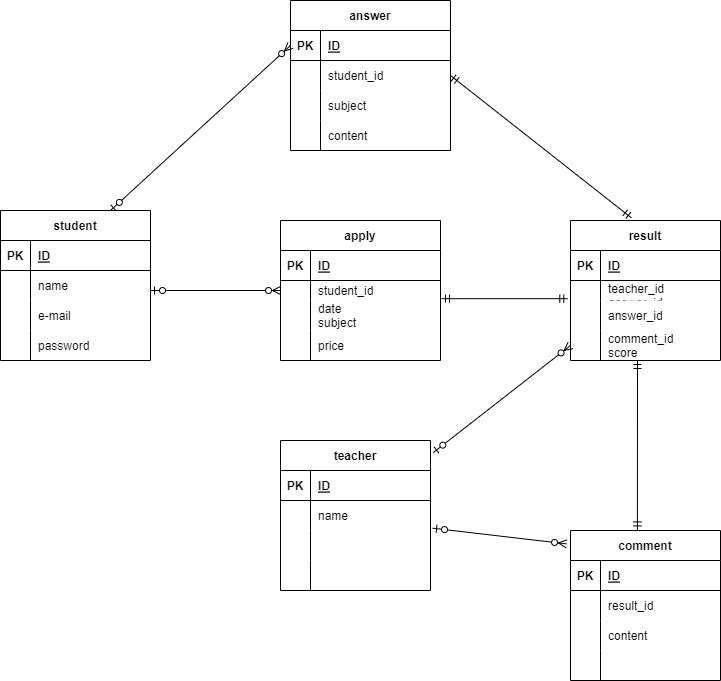
This is index.drawio.png from kei1476/ER, a draw.io export, as it was before one commit. Source tidied: cells renumbered, new cells last; positions are measured from the earlier drawing's top-left corner, leaving out a move shared by most shapes.
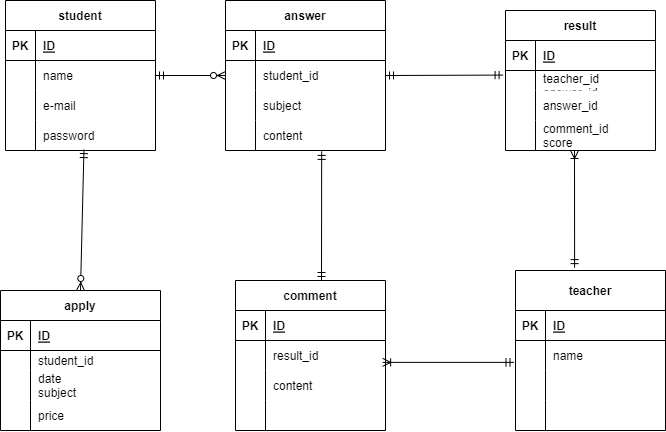
Later version of the same file.

Commit message:
演習問題　修正

Change to the diagram source:
```diff
@@ -3,7 +3,7 @@
     <mxCell id="0" />
     <mxCell id="1" parent="0" />
     <mxCell id="2" value="student" style="shape=table;startSize=30;rowLines=0;fontStyle=1;align=center;" parent="1" vertex="1">
-      <mxGeometry y="210" width="150" height="150" as="geometry" />
+      <mxGeometry y="170" width="150" height="150" as="geometry" />
     </mxCell>
     <mxCell id="3" style="shape=partialRectangle;fillColor=none;top=0;left=0;bottom=1;right=0;" parent="2" vertex="1">
       <mxGeometry y="30" width="150" height="30" as="geometry" />
@@ -42,7 +42,7 @@
       <mxGeometry x="30" width="120" height="30" as="geometry" />
     </mxCell>
     <mxCell id="15" value="apply" style="shape=table;startSize=30;rowLines=0;fontStyle=1;align=center;" parent="1" vertex="1">
-      <mxGeometry x="280" y="220" width="160" height="140" as="geometry" />
+      <mxGeometry x="-5" y="460" width="160" height="140" as="geometry" />
     </mxCell>
     <mxCell id="16" style="shape=partialRectangle;fillColor=none;top=0;left=0;bottom=1;right=0;" parent="15" vertex="1">
       <mxGeometry y="30" width="160" height="30" as="geometry" />
@@ -81,7 +81,7 @@
       <mxGeometry x="30" width="130" height="30" as="geometry" />
     </mxCell>
     <mxCell id="28" value="result" style="shape=table;startSize=30;rowLines=0;fontStyle=1;align=center;" parent="1" vertex="1">
-      <mxGeometry x="570" y="220" width="150" height="140" as="geometry" />
+      <mxGeometry x="500" y="180" width="150" height="140" as="geometry" />
     </mxCell>
     <mxCell id="29" style="shape=partialRectangle;fillColor=none;top=0;left=0;bottom=1;right=0;points=[[0,0.5],[1,0.5]];portConstraint=eastwest;" parent="28" vertex="1">
       <mxGeometry y="30" width="150" height="30" as="geometry" />
@@ -120,7 +120,7 @@
       <mxGeometry x="30" width="120" height="30" as="geometry" />
     </mxCell>
     <mxCell id="41" value="answer" style="shape=table;startSize=30;rowLines=0;fontStyle=1;align=center;" parent="1" vertex="1">
-      <mxGeometry x="290" width="160" height="150" as="geometry" />
+      <mxGeometry x="220" y="170" width="160" height="150" as="geometry" />
     </mxCell>
     <mxCell id="42" style="shape=partialRectangle;fillColor=none;top=0;left=0;bottom=1;right=0;points=[[0,0.5],[1,0.5]];portConstraint=eastwest;" parent="41" vertex="1">
       <mxGeometry y="30" width="160" height="30" as="geometry" />
@@ -159,7 +159,7 @@
       <mxGeometry x="30" width="130" height="30" as="geometry" />
     </mxCell>
     <mxCell id="54" value="comment" style="shape=table;startSize=30;rowLines=0;fontStyle=1;align=center;" parent="1" vertex="1">
-      <mxGeometry x="570" y="530" width="150" height="150" as="geometry" />
+      <mxGeometry x="230" y="450" width="150" height="150" as="geometry" />
     </mxCell>
     <mxCell id="55" style="shape=partialRectangle;fillColor=none;top=0;left=0;bottom=1;right=0;" parent="54" vertex="1">
       <mxGeometry y="30" width="150" height="30" as="geometry" />
@@ -197,11 +197,11 @@
     <mxCell id="66" style="shape=partialRectangle;fillColor=none;top=0;left=0;bottom=0;right=0;align=left;spacingLeft=6;overflow=hidden;" parent="64" vertex="1">
       <mxGeometry x="30" width="120" height="30" as="geometry" />
     </mxCell>
-    <mxCell id="67" value="teacher" style="shape=table;startSize=30;rowLines=0;fontStyle=1;align=center;" parent="1" vertex="1">
-      <mxGeometry x="280" y="440" width="150" height="150" as="geometry" />
+    <mxCell id="67" value="teacher" style="shape=table;startSize=40;rowLines=0;fontStyle=1;align=center;" parent="1" vertex="1">
+      <mxGeometry x="510" y="440" width="150" height="160" as="geometry" />
     </mxCell>
     <mxCell id="68" style="shape=partialRectangle;fillColor=none;top=0;left=0;bottom=1;right=0;" parent="67" vertex="1">
-      <mxGeometry y="30" width="150" height="30" as="geometry" />
+      <mxGeometry y="40" width="150" height="30" as="geometry" />
     </mxCell>
     <mxCell id="69" value="PK" style="shape=partialRectangle;fillColor=none;top=0;left=0;bottom=0;right=0;fontStyle=1;overflow=hidden;" parent="68" vertex="1">
       <mxGeometry width="30" height="30" as="geometry" />
@@ -210,7 +210,7 @@
       <mxGeometry x="30" width="120" height="30" as="geometry" />
     </mxCell>
     <mxCell id="71" style="shape=partialRectangle;fillColor=none;top=0;left=0;bottom=0;right=0;points=[[0,0.5],[1,0.5]];portConstraint=eastwest;" parent="67" vertex="1">
-      <mxGeometry y="60" width="150" height="30" as="geometry" />
+      <mxGeometry y="70" width="150" height="30" as="geometry" />
     </mxCell>
     <mxCell id="72" style="shape=partialRectangle;fillColor=none;top=0;left=0;bottom=0;right=0;overflow=hidden;" parent="71" vertex="1">
       <mxGeometry width="30" height="30" as="geometry" />
@@ -219,7 +219,7 @@
       <mxGeometry x="30" width="120" height="30" as="geometry" />
     </mxCell>
     <mxCell id="74" style="shape=partialRectangle;fillColor=none;top=0;left=0;bottom=0;right=0;" parent="67" vertex="1">
-      <mxGeometry y="90" width="150" height="30" as="geometry" />
+      <mxGeometry y="100" width="150" height="30" as="geometry" />
     </mxCell>
     <mxCell id="75" style="shape=partialRectangle;fillColor=none;top=0;left=0;bottom=0;right=0;overflow=hidden;" parent="74" vertex="1">
       <mxGeometry width="30" height="30" as="geometry" />
@@ -228,7 +228,7 @@
       <mxGeometry x="30" width="120" height="30" as="geometry" />
     </mxCell>
     <mxCell id="77" style="shape=partialRectangle;fillColor=none;top=0;left=0;bottom=0;right=0;" parent="67" vertex="1">
-      <mxGeometry y="120" width="150" height="30" as="geometry" />
+      <mxGeometry y="130" width="150" height="30" as="geometry" />
     </mxCell>
     <mxCell id="78" style="shape=partialRectangle;fillColor=none;top=0;left=0;bottom=0;right=0;overflow=hidden;" parent="77" vertex="1">
       <mxGeometry width="30" height="30" as="geometry" />
@@ -236,30 +236,27 @@
     <mxCell id="79" style="shape=partialRectangle;fillColor=none;top=0;left=0;bottom=0;right=0;align=left;spacingLeft=6;overflow=hidden;" parent="77" vertex="1">
       <mxGeometry x="30" width="120" height="30" as="geometry" />
     </mxCell>
-    <mxCell id="80" style="fontSize=12;html=1;endArrow=ERmandOne;startArrow=ERmandOne;strokeWidth=1;entryX=-0.018;entryY=-0.061;entryDx=0;entryDy=0;entryPerimeter=0;exitX=1.006;exitY=0.909;exitDx=0;exitDy=0;exitPerimeter=0;" parent="1" edge="1" source="19" target="35">
-      <mxGeometry relative="1" as="geometry" />
-    </mxCell>
-    <mxCell id="81" style="fontSize=12;html=1;endArrow=ERmandOne;startArrow=ERmandOne;strokeWidth=1;exitX=0.446;exitY=-0.004;exitDx=0;exitDy=0;exitPerimeter=0;" parent="1" edge="1" source="54">
-      <mxGeometry relative="1" as="geometry">
-        <mxPoint x="637" y="360" as="targetPoint" />
-      </mxGeometry>
-    </mxCell>
-    <mxCell id="82" style="fontSize=12;html=1;endArrow=ERmandOne;startArrow=ERmandOne;strokeWidth=1;exitX=1;exitY=0.5;exitDx=0;exitDy=0;entryX=0.406;entryY=-0.019;entryDx=0;entryDy=0;entryPerimeter=0;" parent="1" edge="1" source="45" target="28">
+    <mxCell id="82" style="fontSize=12;html=1;endArrow=ERmandOne;startArrow=ERmandOne;strokeWidth=1;exitX=1;exitY=0.5;exitDx=0;exitDy=0;entryX=-0.016;entryY=1.153;entryDx=0;entryDy=0;entryPerimeter=0;" parent="1" edge="1" source="45" target="29">
       <mxGeometry relative="1" as="geometry" />
     </mxCell>
-    <mxCell id="83" style="fontSize=12;html=1;endArrow=ERzeroToMany;startArrow=ERzeroToOne;strokeWidth=1;entryX=0;entryY=0.5;entryDx=0;entryDy=0;" parent="1" edge="1" target="42">
-      <mxGeometry relative="1" as="geometry">
-        <mxPoint x="110" y="210" as="sourcePoint" />
-      </mxGeometry>
-    </mxCell>
-    <mxCell id="84" style="fontSize=12;html=1;endArrow=ERzeroToMany;startArrow=ERzeroToOne;strokeWidth=1;exitX=1;exitY=0.667;exitDx=0;exitDy=0;exitPerimeter=0;entryX=0;entryY=0.5;entryDx=0;entryDy=0;" parent="1" edge="1" source="6" target="19">
-      <mxGeometry relative="1" as="geometry" />
-    </mxCell>
-    <mxCell id="85" style="fontSize=12;html=1;endArrow=ERzeroToMany;startArrow=ERzeroToOne;strokeWidth=1;entryX=0;entryY=0.5;entryDx=0;entryDy=0;exitX=1.019;exitY=0.08;exitDx=0;exitDy=0;exitPerimeter=0;" parent="1" edge="1" source="67" target="38">
-      <mxGeometry relative="1" as="geometry" />
-    </mxCell>
-    <mxCell id="86" style="fontSize=12;html=1;endArrow=ERzeroToMany;startArrow=ERzeroToOne;strokeWidth=1;entryX=-0.027;entryY=0.089;entryDx=0;entryDy=0;entryPerimeter=0;exitX=1.014;exitY=0.923;exitDx=0;exitDy=0;exitPerimeter=0;" parent="1" edge="1" source="71" target="54">
-      <mxGeometry relative="1" as="geometry" />
-    </mxCell>
+    <mxCell id="87" style="fontSize=12;html=1;endArrow=ERzeroToMany;startArrow=ERmandOne;exitX=1;exitY=0.5;exitDx=0;exitDy=0;entryX=0;entryY=0.5;entryDx=0;entryDy=0;" parent="1" edge="1" source="6" target="41">
+      <mxGeometry relative="1" as="geometry" />
+    </mxCell>
+    <mxCell id="88" style="fontSize=12;html=1;endArrow=ERzeroToMany;startArrow=ERmandOne;entryX=0.5;entryY=0;entryDx=0;entryDy=0;exitX=0.523;exitY=0.97;exitDx=0;exitDy=0;exitPerimeter=0;" parent="1" edge="1" source="12" target="15">
+      <mxGeometry relative="1" as="geometry" />
+    </mxCell>
+    <mxCell id="89" style="fontSize=12;html=1;endArrow=ERoneToMany;startArrow=ERmandOne;exitX=-0.01;exitY=0.729;exitDx=0;exitDy=0;exitPerimeter=0;entryX=0.981;entryY=-0.271;entryDx=0;entryDy=0;entryPerimeter=0;" parent="1" edge="1" source="71" target="61">
+      <mxGeometry relative="1" as="geometry" />
+    </mxCell>
+    <mxCell id="90" style="fontSize=12;html=1;endArrow=ERmandOne;startArrow=ERmandOne;exitX=0.601;exitY=1.03;exitDx=0;exitDy=0;exitPerimeter=0;" parent="1" edge="1" source="51">
+      <mxGeometry relative="1" as="geometry">
+        <mxPoint x="316" y="450" as="targetPoint" />
+      </mxGeometry>
+    </mxCell>
+    <mxCell id="91" style="fontSize=12;html=1;endArrow=ERoneToMany;startArrow=ERmandOne;exitX=0.394;exitY=-0.018;exitDx=0;exitDy=0;exitPerimeter=0;" parent="1" edge="1" source="67">
+      <mxGeometry relative="1" as="geometry">
+        <mxPoint x="569" y="320" as="targetPoint" />
+      </mxGeometry>
+    </mxCell>
   </root>
 </mxGraphModel>
```
